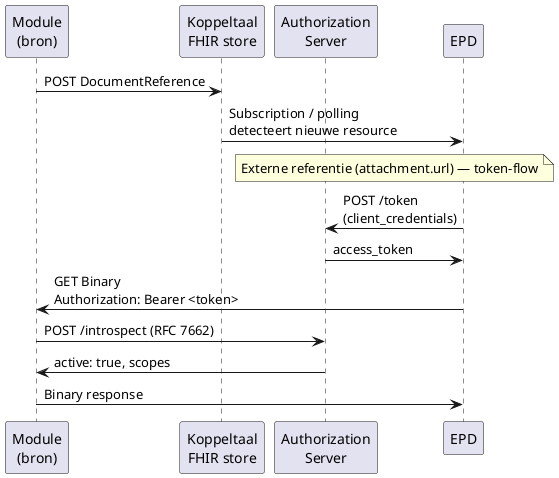
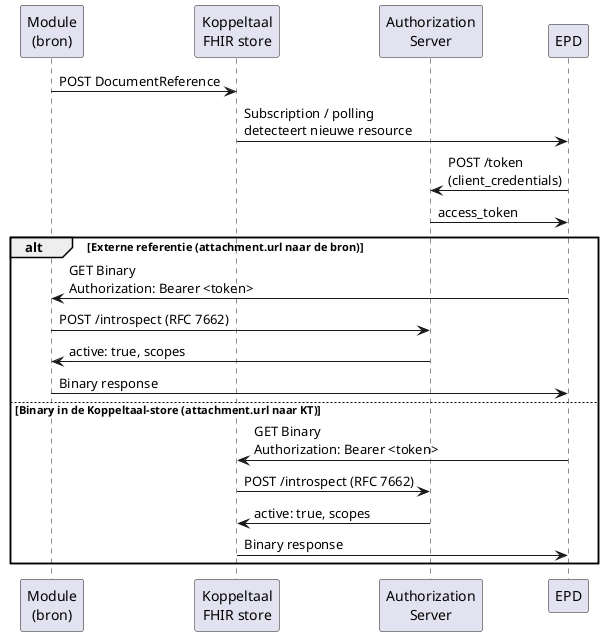
@startuml documenten-delen-direct-ophalen

participant "Module\n(bron)" as Module
participant "Koppeltaal\nFHIR store" as KT
participant "Authorization\nServer" as AS
participant "EPD" as EPD

Module -> KT : POST DocumentReference
KT -> EPD : Subscription / polling\ndetecteert nieuwe resource

- note over EPD, AS: Externe referentie (attachment.url) — token-flow
EPD -> AS : POST /token\n(client_credentials)
AS -> EPD : access_token
- EPD -> Module : GET Binary\nAuthorization: Bearer <token>
- Module -> AS : POST /introspect (RFC 7662)
- AS -> Module : active: true, scopes
- Module -> EPD : Binary response
+ 
+ alt Externe referentie (attachment.url naar de bron)
+   EPD -> Module : GET Binary\nAuthorization: Bearer <token>
+   Module -> AS : POST /introspect (RFC 7662)
+   AS -> Module : active: true, scopes
+   Module -> EPD : Binary response
+ else Binary in de Koppeltaal-store (attachment.url naar KT)
+   EPD -> KT : GET Binary\nAuthorization: Bearer <token>
+   KT -> AS : POST /introspect (RFC 7662)
+   AS -> KT : active: true, scopes
+   KT -> EPD : Binary response
+ end

@enduml
